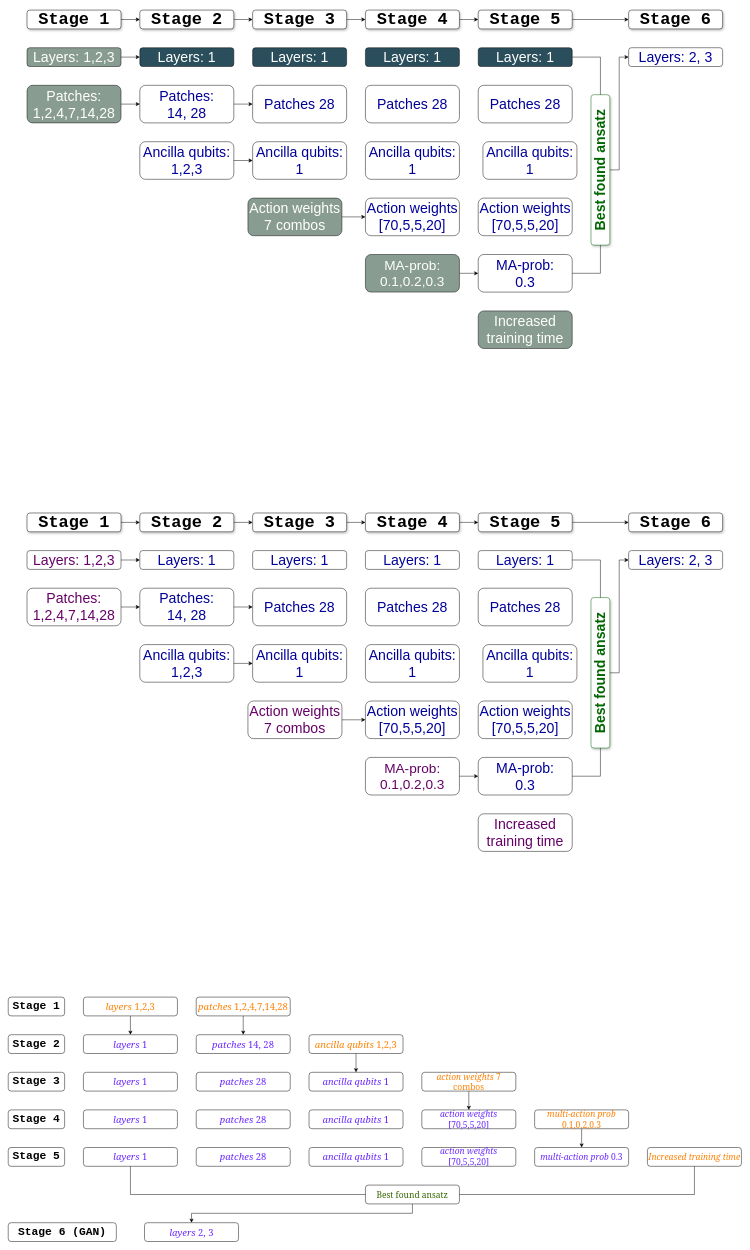
The draw.io diagram ExperimentsOverview.drawio in BiancaMass/Diagrams, before the edit. Source tidied: cells renumbered, new cells numbered last; positions are measured from the earlier drawing's top-left corner, leaving out a move shared by most shapes. Both pictures are drawn from the tidied source at 47%, with x=0, y=0 at pixel (8, 10).
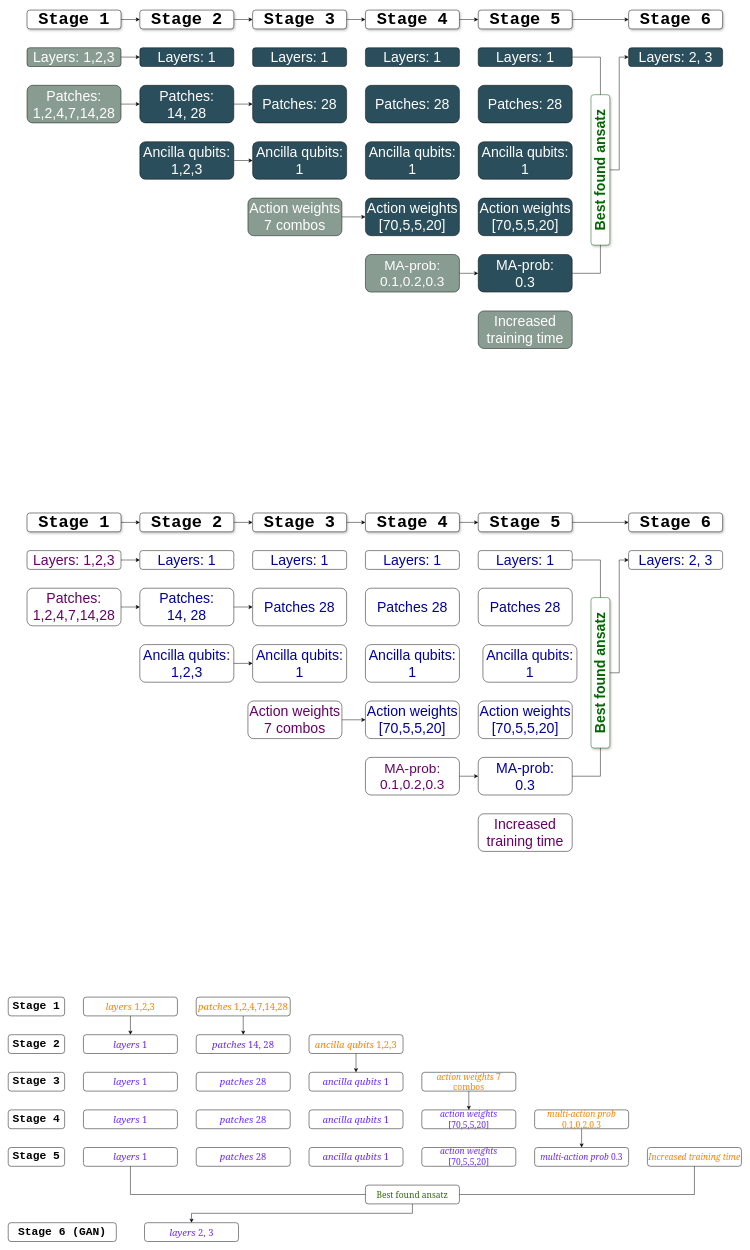
The same page after the edit.

What changed in the source:
```diff
@@
-    <mxCell id="87" value="&lt;font face=&quot;Helvetica&quot; color=&quot;#000099&quot; style=&quot;font-size: 30px;&quot;&gt;Patches:&lt;br&gt;14, 28&lt;/font&gt;" style="rounded=1;whiteSpace=wrap;html=1;strokeColor=#000000;fillColor=none;shadow=0;" parent="1" vertex="1">
+    <mxCell id="87" value="&lt;font color=&quot;#ffffff&quot; face=&quot;Helvetica&quot; style=&quot;font-size: 30px;&quot;&gt;Patches:&lt;br&gt;14, 28&lt;/font&gt;" style="rounded=1;whiteSpace=wrap;html=1;strokeColor=#000000;fillColor=#2A4E5B;shadow=0;" parent="1" vertex="1">
       <mxGeometry x="280" y="160" width="200" height="80" as="geometry" />
     </mxCell>
@@
-    <mxCell id="89" style="edgeStyle=orthogonalEdgeStyle;rounded=0;jettySize=auto;html=1;" parent="1" edge="1" source="90" target="91">
+    <mxCell id="89" style="edgeStyle=orthogonalEdgeStyle;rounded=0;jettySize=auto;html=1;fillColor=#2A4E5B;" parent="1" edge="1" source="90" target="91">
       <mxGeometry relative="1" as="geometry" />
     </mxCell>
-    <mxCell id="90" value="&lt;font face=&quot;Helvetica&quot; color=&quot;#000099&quot; style=&quot;font-size: 30px;&quot;&gt;Ancilla&amp;nbsp;qubits: 1,2,3&lt;/font&gt;" style="rounded=1;whiteSpace=wrap;html=1;strokeColor=#000000;fillColor=none;shadow=0;" parent="1" vertex="1">
+    <mxCell id="90" value="&lt;font color=&quot;#ffffff&quot; face=&quot;Helvetica&quot; style=&quot;font-size: 30px;&quot;&gt;Ancilla&amp;nbsp;qubits: 1,2,3&lt;/font&gt;" style="rounded=1;whiteSpace=wrap;html=1;strokeColor=#000000;fillColor=#2A4E5B;shadow=0;" parent="1" vertex="1">
       <mxGeometry x="280" y="280" width="200" height="80" as="geometry" />
     </mxCell>
-    <mxCell id="91" value="&lt;span style=&quot;color: rgb(0, 0, 153); font-size: 30px;&quot;&gt;Ancilla&lt;/span&gt;&lt;span style=&quot;color: rgb(0, 0, 153); font-size: 30px;&quot;&gt;&amp;nbsp;&lt;/span&gt;&lt;span style=&quot;color: rgb(0, 0, 153); font-size: 30px;&quot;&gt;qubits:&lt;br&gt;&lt;/span&gt;&lt;span style=&quot;color: rgb(0, 0, 153); font-size: 30px;&quot;&gt;1&lt;/span&gt;" style="rounded=1;whiteSpace=wrap;html=1;strokeColor=#000000;fillColor=none;shadow=0;" parent="1" vertex="1">
+    <mxCell id="91" value="&lt;font color=&quot;#ffffff&quot;&gt;&lt;span style=&quot;font-size: 30px;&quot;&gt;Ancilla&lt;/span&gt;&lt;span style=&quot;font-size: 30px;&quot;&gt;&amp;nbsp;&lt;/span&gt;&lt;span style=&quot;font-size: 30px;&quot;&gt;qubits:&lt;br&gt;&lt;/span&gt;&lt;span style=&quot;font-size: 30px;&quot;&gt;1&lt;/span&gt;&lt;/font&gt;" style="rounded=1;whiteSpace=wrap;html=1;strokeColor=#000000;fillColor=#2A4E5B;shadow=0;" parent="1" vertex="1">
       <mxGeometry x="520" y="280" width="200" height="80" as="geometry" />
     </mxCell>
@@
-    <mxCell id="94" value="&lt;font color=&quot;#000099&quot; style=&quot;font-size: 30px;&quot;&gt;Action weights [70,5,5,20&lt;span style=&quot;background-color: initial;&quot;&gt;]&lt;/span&gt;&lt;/font&gt;" style="rounded=1;whiteSpace=wrap;html=1;strokeColor=#000000;fillColor=none;shadow=0;" parent="1" vertex="1">
+    <mxCell id="94" value="&lt;font color=&quot;#ffffff&quot; style=&quot;font-size: 30px;&quot;&gt;Action weights [70,5,5,20&lt;span style=&quot;background-color: initial;&quot;&gt;]&lt;/span&gt;&lt;/font&gt;" style="rounded=1;whiteSpace=wrap;html=1;strokeColor=#000000;fillColor=#2A4E5B;shadow=0;" parent="1" vertex="1">
       <mxGeometry x="760" y="400" width="200" height="80" as="geometry" />
     </mxCell>
@@
-    <mxCell id="97" value="&lt;font color=&quot;#000099&quot;&gt;&lt;span style=&quot;font-size: 30px;&quot;&gt;MA-prob:&lt;br&gt;0.3&lt;/span&gt;&lt;/font&gt;" style="rounded=1;whiteSpace=wrap;html=1;strokeColor=#000000;fillColor=none;shadow=0;" parent="1" vertex="1">
+    <mxCell id="97" value="&lt;span style=&quot;font-size: 30px;&quot;&gt;&lt;font color=&quot;#ffffff&quot;&gt;MA-prob:&lt;br&gt;0.3&lt;/font&gt;&lt;/span&gt;" style="rounded=1;whiteSpace=wrap;html=1;strokeColor=#000000;fillColor=#2A4E5B;shadow=0;" parent="1" vertex="1">
       <mxGeometry x="1000" y="520" width="200" height="80" as="geometry" />
     </mxCell>
@@
-    <mxCell id="103" value="&lt;span style=&quot;color: rgb(0, 0, 153); font-size: 30px;&quot;&gt;Layers: 2, 3&lt;/span&gt;" style="rounded=1;whiteSpace=wrap;html=1;strokeColor=#000000;fillColor=none;" parent="1" vertex="1">
+    <mxCell id="103" value="&lt;span style=&quot;font-size: 30px;&quot;&gt;&lt;font color=&quot;#ffffff&quot;&gt;Layers: 2, 3&lt;/font&gt;&lt;/span&gt;" style="rounded=1;whiteSpace=wrap;html=1;strokeColor=#000000;fillColor=#2A4E5B;" parent="1" vertex="1">
       <mxGeometry x="1320" y="80" width="200" height="40" as="geometry" />
     </mxCell>
@@
-    <mxCell id="115" value="&lt;font face=&quot;Helvetica&quot;&gt;&lt;span style=&quot;color: rgb(0, 0, 153); font-size: 30px;&quot;&gt;Patches&lt;/span&gt;&lt;span style=&quot;color: rgb(0, 0, 153); font-size: 30px;&quot;&gt;&amp;nbsp;28&lt;/span&gt;&lt;/font&gt;" style="rounded=1;whiteSpace=wrap;html=1;strokeColor=#000000;fillColor=none;shadow=0;" parent="1" vertex="1">
+    <mxCell id="115" value="&lt;span style=&quot;color: rgb(255, 255, 255); font-size: 30px;&quot;&gt;Patches:&lt;/span&gt;&lt;span style=&quot;color: rgb(255, 255, 255); font-size: 30px;&quot;&gt;&amp;nbsp;28&lt;/span&gt;" style="rounded=1;whiteSpace=wrap;html=1;strokeColor=#000000;fillColor=#2A4E5B;shadow=0;" parent="1" vertex="1">
       <mxGeometry x="520" y="160" width="200" height="80" as="geometry" />
     </mxCell>
-    <mxCell id="116" value="&lt;span style=&quot;color: rgb(0, 0, 153); font-size: 30px;&quot;&gt;Patches&lt;/span&gt;&lt;span style=&quot;color: rgb(0, 0, 153); font-size: 30px;&quot;&gt;&amp;nbsp;28&lt;/span&gt;" style="rounded=1;whiteSpace=wrap;html=1;strokeColor=#000000;fillColor=none;shadow=0;" parent="1" vertex="1">
+    <mxCell id="116" value="&lt;span style=&quot;color: rgb(255, 255, 255); font-size: 30px;&quot;&gt;Patches:&lt;/span&gt;&lt;span style=&quot;color: rgb(255, 255, 255); font-size: 30px;&quot;&gt;&amp;nbsp;28&lt;/span&gt;" style="rounded=1;whiteSpace=wrap;html=1;strokeColor=#000000;fillColor=#2A4E5B;shadow=0;" parent="1" vertex="1">
       <mxGeometry x="1000" y="160" width="200" height="80" as="geometry" />
     </mxCell>
-    <mxCell id="117" value="&lt;span style=&quot;color: rgb(0, 0, 153); font-size: 30px;&quot;&gt;Patches&lt;/span&gt;&lt;span style=&quot;color: rgb(0, 0, 153); font-size: 30px;&quot;&gt;&amp;nbsp;28&lt;/span&gt;" style="rounded=1;whiteSpace=wrap;html=1;strokeColor=#000000;fillColor=none;shadow=0;" parent="1" vertex="1">
+    <mxCell id="117" value="&lt;span style=&quot;color: rgb(255, 255, 255); font-size: 30px;&quot;&gt;Patches:&lt;/span&gt;&lt;span style=&quot;color: rgb(255, 255, 255); font-size: 30px;&quot;&gt;&amp;nbsp;28&lt;/span&gt;" style="rounded=1;whiteSpace=wrap;html=1;strokeColor=#000000;fillColor=#2A4E5B;shadow=0;" parent="1" vertex="1">
       <mxGeometry x="760" y="160" width="200" height="80" as="geometry" />
     </mxCell>
-    <mxCell id="118" value="&lt;span style=&quot;color: rgb(0, 0, 153); font-size: 30px;&quot;&gt;Ancilla&lt;/span&gt;&lt;span style=&quot;color: rgb(0, 0, 153); font-size: 30px;&quot;&gt;&amp;nbsp;&lt;/span&gt;&lt;span style=&quot;color: rgb(0, 0, 153); font-size: 30px;&quot;&gt;qubits:&lt;br&gt;&lt;/span&gt;&lt;span style=&quot;color: rgb(0, 0, 153); font-size: 30px;&quot;&gt;1&lt;/span&gt;" style="rounded=1;whiteSpace=wrap;html=1;strokeColor=#000000;fillColor=none;shadow=0;" parent="1" vertex="1">
+    <mxCell id="118" value="&lt;span style=&quot;color: rgb(255, 255, 255); font-size: 30px;&quot;&gt;Ancilla&lt;/span&gt;&lt;span style=&quot;color: rgb(255, 255, 255); font-size: 30px;&quot;&gt;&amp;nbsp;&lt;/span&gt;&lt;span style=&quot;color: rgb(255, 255, 255); font-size: 30px;&quot;&gt;qubits:&lt;br&gt;&lt;/span&gt;&lt;span style=&quot;color: rgb(255, 255, 255); font-size: 30px;&quot;&gt;1&lt;/span&gt;" style="rounded=1;whiteSpace=wrap;html=1;strokeColor=#000000;fillColor=#2A4E5B;shadow=0;" parent="1" vertex="1">
       <mxGeometry x="760" y="280" width="200" height="80" as="geometry" />
     </mxCell>
-    <mxCell id="119" value="&lt;span style=&quot;color: rgb(0, 0, 153); font-size: 30px;&quot;&gt;Ancilla&lt;/span&gt;&lt;span style=&quot;color: rgb(0, 0, 153); font-size: 30px;&quot;&gt;&amp;nbsp;&lt;/span&gt;&lt;span style=&quot;color: rgb(0, 0, 153); font-size: 30px;&quot;&gt;qubits:&lt;br&gt;&lt;/span&gt;&lt;span style=&quot;color: rgb(0, 0, 153); font-size: 30px;&quot;&gt;1&lt;/span&gt;" style="rounded=1;whiteSpace=wrap;html=1;strokeColor=#000000;fillColor=none;shadow=0;" parent="1" vertex="1">
-      <mxGeometry x="1010" y="280" width="200" height="80" as="geometry" />
+    <mxCell id="119" value="&lt;span style=&quot;color: rgb(255, 255, 255); font-size: 30px;&quot;&gt;Ancilla&lt;/span&gt;&lt;span style=&quot;color: rgb(255, 255, 255); font-size: 30px;&quot;&gt;&amp;nbsp;&lt;/span&gt;&lt;span style=&quot;color: rgb(255, 255, 255); font-size: 30px;&quot;&gt;qubits:&lt;br&gt;&lt;/span&gt;&lt;span style=&quot;color: rgb(255, 255, 255); font-size: 30px;&quot;&gt;1&lt;/span&gt;" style="rounded=1;whiteSpace=wrap;html=1;strokeColor=#000000;fillColor=#2A4E5B;shadow=0;" parent="1" vertex="1">
+      <mxGeometry x="1000" y="280" width="200" height="80" as="geometry" />
     </mxCell>
-    <mxCell id="120" value="&lt;span style=&quot;color: rgb(0, 0, 153); font-size: 30px;&quot;&gt;Action weights [70,5,5,20&lt;/span&gt;&lt;span style=&quot;color: rgb(0, 0, 153); font-size: 30px; background-color: initial;&quot;&gt;]&lt;/span&gt;" style="rounded=1;whiteSpace=wrap;html=1;strokeColor=#000000;fillColor=none;shadow=0;" parent="1" vertex="1">
+    <mxCell id="120" value="&lt;font color=&quot;#ffffff&quot;&gt;&lt;span style=&quot;font-size: 30px;&quot;&gt;Action weights [70,5,5,20&lt;/span&gt;&lt;span style=&quot;font-size: 30px; background-color: initial;&quot;&gt;]&lt;/span&gt;&lt;/font&gt;" style="rounded=1;whiteSpace=wrap;html=1;strokeColor=#000000;fillColor=#2A4E5B;shadow=0;" parent="1" vertex="1">
       <mxGeometry x="1000" y="400" width="200" height="80" as="geometry" />
     </mxCell>
```
